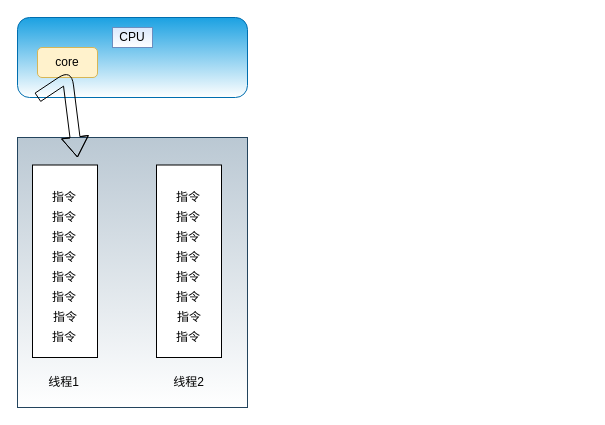
Above: 并发编程.drawio in lexinhu/diagrams (draw.io), before the change. Source tidied: cells renumbered, new cells numbered last; positions are measured from the earlier drawing's top-left corner, leaving out a move shared by most shapes. Both pictures are drawn from the tidied source at 100%, with x=0, y=0 at pixel (17, 17).
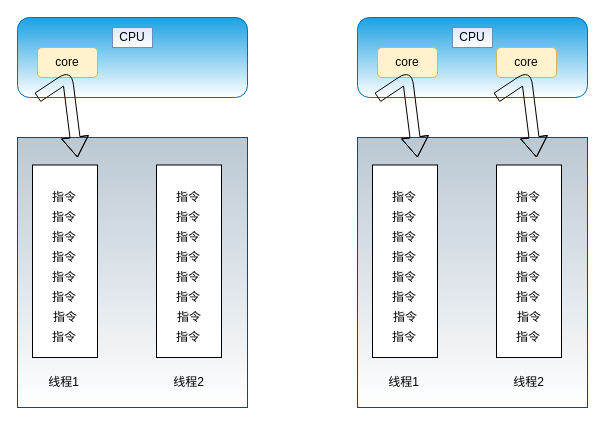
After the change.

Commit message:
更新并发编程.drawio

What changed in the source:
```diff
@@
+    <mxCell id="27" style="rounded=1;whiteSpace=wrap;html=1;fillColor=#1ba1e2;strokeColor=#006EAF;fontColor=#ffffff;gradientColor=#ffffff;" parent="1" vertex="1">
+      <mxGeometry x="340" width="230" height="80" as="geometry" />
+    </mxCell>
+    <mxCell id="28" value="core" style="rounded=1;whiteSpace=wrap;html=1;fillColor=#fff2cc;strokeColor=#d6b656;" parent="1" vertex="1">
+      <mxGeometry x="360" y="30" width="60" height="30" as="geometry" />
+    </mxCell>
+    <mxCell id="29" value="CPU" style="text;html=1;strokeColor=#6c8ebf;fillColor=#dae8fc;align=center;verticalAlign=middle;whiteSpace=wrap;rounded=0;gradientColor=#ffffff;" parent="1" vertex="1">
+      <mxGeometry x="435" y="10" width="40" height="20" as="geometry" />
+    </mxCell>
+    <mxCell id="30" style="rounded=0;whiteSpace=wrap;html=1;sketch=0;fillColor=#bac8d3;strokeColor=#23445d;gradientColor=#ffffff;" parent="1" vertex="1">
+      <mxGeometry x="340" y="120" width="230" height="270" as="geometry" />
+    </mxCell>
+    <mxCell id="31" style="rounded=0;whiteSpace=wrap;html=1;sketch=0;gradientColor=#ffffff;" parent="1" vertex="1">
+      <mxGeometry x="355" y="147.5" width="65" height="192.5" as="geometry" />
+    </mxCell>
+    <mxCell id="32" value="指令" style="text;html=1;strokeColor=none;fillColor=none;align=center;verticalAlign=middle;whiteSpace=wrap;rounded=0;sketch=0;" parent="1" vertex="1">
+      <mxGeometry x="367.2" y="170" width="40" height="20" as="geometry" />
+    </mxCell>
+    <mxCell id="33" value="指令" style="text;html=1;strokeColor=none;fillColor=none;align=center;verticalAlign=middle;whiteSpace=wrap;rounded=0;sketch=0;" parent="1" vertex="1">
+      <mxGeometry x="367.2" y="190" width="40" height="20" as="geometry" />
+    </mxCell>
+    <mxCell id="34" value="指令" style="text;html=1;strokeColor=none;fillColor=none;align=center;verticalAlign=middle;whiteSpace=wrap;rounded=0;sketch=0;" parent="1" vertex="1">
+      <mxGeometry x="367.2" y="210" width="40" height="20" as="geometry" />
+    </mxCell>
+    <mxCell id="35" value="指令" style="text;html=1;strokeColor=none;fillColor=none;align=center;verticalAlign=middle;whiteSpace=wrap;rounded=0;sketch=0;" parent="1" vertex="1">
+      <mxGeometry x="367.2" y="230" width="40" height="20" as="geometry" />
+    </mxCell>
+    <mxCell id="36" value="指令" style="text;html=1;strokeColor=none;fillColor=none;align=center;verticalAlign=middle;whiteSpace=wrap;rounded=0;sketch=0;" parent="1" vertex="1">
+      <mxGeometry x="367.2" y="250" width="40" height="20" as="geometry" />
+    </mxCell>
+    <mxCell id="37" value="指令" style="text;html=1;strokeColor=none;fillColor=none;align=center;verticalAlign=middle;whiteSpace=wrap;rounded=0;sketch=0;" parent="1" vertex="1">
+      <mxGeometry x="367.2" y="270" width="40" height="20" as="geometry" />
+    </mxCell>
+    <mxCell id="38" value="指令" style="text;html=1;strokeColor=none;fillColor=none;align=center;verticalAlign=middle;whiteSpace=wrap;rounded=0;sketch=0;" parent="1" vertex="1">
+      <mxGeometry x="367.8" y="290" width="40" height="20" as="geometry" />
+    </mxCell>
+    <mxCell id="39" value="指令" style="text;html=1;strokeColor=none;fillColor=none;align=center;verticalAlign=middle;whiteSpace=wrap;rounded=0;sketch=0;" parent="1" vertex="1">
+      <mxGeometry x="367.2" y="310" width="40" height="20" as="geometry" />
+    </mxCell>
+    <mxCell id="40" value="线程1" style="text;html=1;strokeColor=none;fillColor=none;align=center;verticalAlign=middle;whiteSpace=wrap;rounded=0;sketch=0;" parent="1" vertex="1">
+      <mxGeometry x="360" y="350" width="52.8" height="30" as="geometry" />
+    </mxCell>
+    <mxCell id="41" style="rounded=0;whiteSpace=wrap;html=1;sketch=0;gradientColor=#ffffff;" parent="1" vertex="1">
+      <mxGeometry x="479" y="147.5" width="65" height="192.5" as="geometry" />
+    </mxCell>
+    <mxCell id="42" value="指令" style="text;html=1;strokeColor=none;fillColor=none;align=center;verticalAlign=middle;whiteSpace=wrap;rounded=0;sketch=0;" parent="1" vertex="1">
+      <mxGeometry x="491.2" y="170" width="40" height="20" as="geometry" />
+    </mxCell>
+    <mxCell id="43" value="指令" style="text;html=1;strokeColor=none;fillColor=none;align=center;verticalAlign=middle;whiteSpace=wrap;rounded=0;sketch=0;" parent="1" vertex="1">
+      <mxGeometry x="491.2" y="190" width="40" height="20" as="geometry" />
+    </mxCell>
+    <mxCell id="44" value="指令" style="text;html=1;strokeColor=none;fillColor=none;align=center;verticalAlign=middle;whiteSpace=wrap;rounded=0;sketch=0;" parent="1" vertex="1">
+      <mxGeometry x="491.2" y="210" width="40" height="20" as="geometry" />
+    </mxCell>
+    <mxCell id="45" value="指令" style="text;html=1;strokeColor=none;fillColor=none;align=center;verticalAlign=middle;whiteSpace=wrap;rounded=0;sketch=0;" parent="1" vertex="1">
+      <mxGeometry x="491.2" y="230" width="40" height="20" as="geometry" />
+    </mxCell>
+    <mxCell id="46" value="指令" style="text;html=1;strokeColor=none;fillColor=none;align=center;verticalAlign=middle;whiteSpace=wrap;rounded=0;sketch=0;" parent="1" vertex="1">
+      <mxGeometry x="491.2" y="250" width="40" height="20" as="geometry" />
+    </mxCell>
+    <mxCell id="47" value="指令" style="text;html=1;strokeColor=none;fillColor=none;align=center;verticalAlign=middle;whiteSpace=wrap;rounded=0;sketch=0;" parent="1" vertex="1">
+      <mxGeometry x="491.2" y="270" width="40" height="20" as="geometry" />
+    </mxCell>
+    <mxCell id="48" value="指令" style="text;html=1;strokeColor=none;fillColor=none;align=center;verticalAlign=middle;whiteSpace=wrap;rounded=0;sketch=0;" parent="1" vertex="1">
+      <mxGeometry x="491.8" y="290" width="40" height="20" as="geometry" />
+    </mxCell>
+    <mxCell id="49" value="指令" style="text;html=1;strokeColor=none;fillColor=none;align=center;verticalAlign=middle;whiteSpace=wrap;rounded=0;sketch=0;" parent="1" vertex="1">
+      <mxGeometry x="491.2" y="310" width="40" height="20" as="geometry" />
+    </mxCell>
+    <mxCell id="50" value="线程2" style="text;html=1;strokeColor=none;fillColor=none;align=center;verticalAlign=middle;whiteSpace=wrap;rounded=0;sketch=0;" parent="1" vertex="1">
+      <mxGeometry x="485.4" y="350" width="52.8" height="30" as="geometry" />
+    </mxCell>
+    <mxCell id="51" style="shape=flexArrow;endArrow=classic;html=1;endWidth=15.862068965517242;endSize=6.310344827586207;" parent="1" edge="1">
+      <mxGeometry relative="1" as="geometry">
+        <mxPoint x="360" y="80" as="sourcePoint" />
+        <mxPoint x="400" y="140" as="targetPoint" />
+        <Array as="points">
+          <mxPoint x="390" y="60" />
+        </Array>
+      </mxGeometry>
+    </mxCell>
+    <mxCell id="52" value="core" style="rounded=1;whiteSpace=wrap;html=1;fillColor=#fff2cc;strokeColor=#d6b656;" parent="1" vertex="1">
+      <mxGeometry x="479" y="30" width="60" height="30" as="geometry" />
+    </mxCell>
+    <mxCell id="53" style="shape=flexArrow;endArrow=classic;html=1;endWidth=15.862068965517242;endSize=6.310344827586207;" parent="1" edge="1">
+      <mxGeometry relative="1" as="geometry">
+        <mxPoint x="479" y="80" as="sourcePoint" />
+        <mxPoint x="519" y="140" as="targetPoint" />
+        <Array as="points">
+          <mxPoint x="509" y="60" />
+        </Array>
+      </mxGeometry>
+    </mxCell>
```
